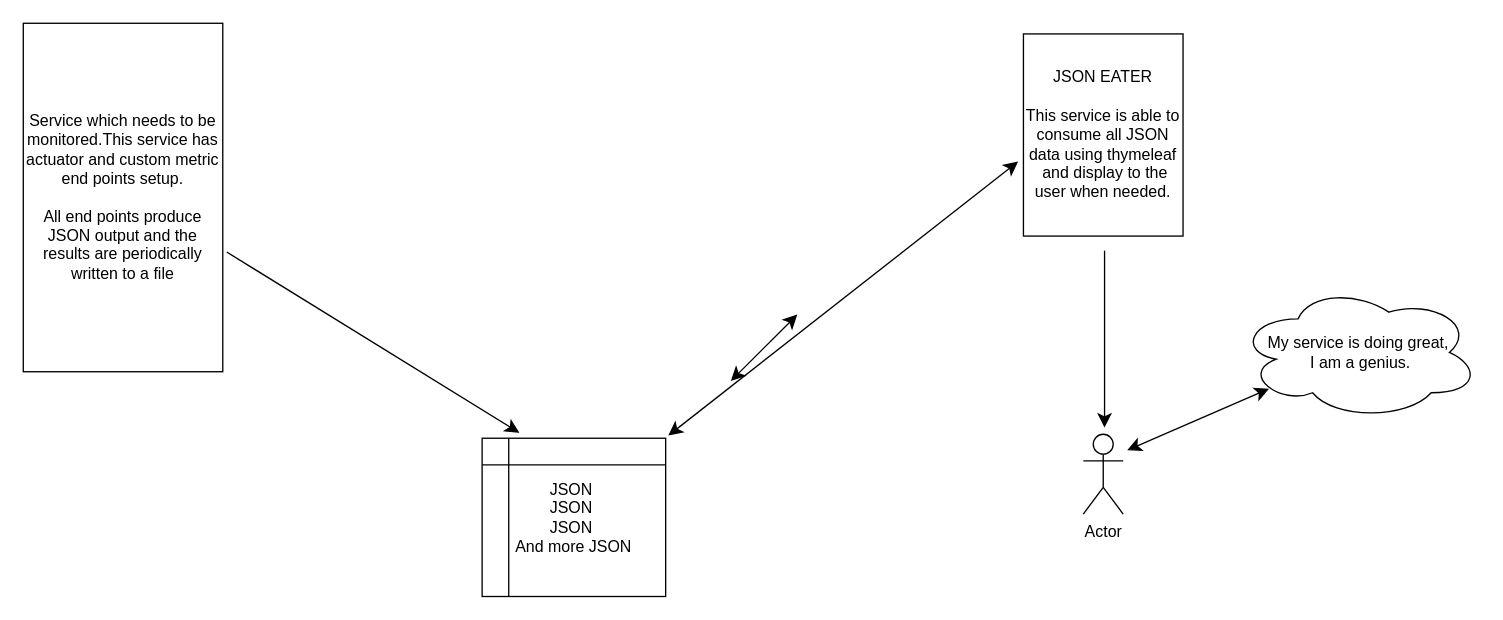
Above: JSON Eater.drawio in anshuldevmehta/RandomDiagrams (draw.io), before the change. Source tidied: cells renumbered, new cells numbered last; positions are measured from the earlier drawing's top-left corner, leaving out a move shared by most shapes. Both pictures are drawn from the tidied source at 133%, with x=0, y=0 at pixel (23, 23).
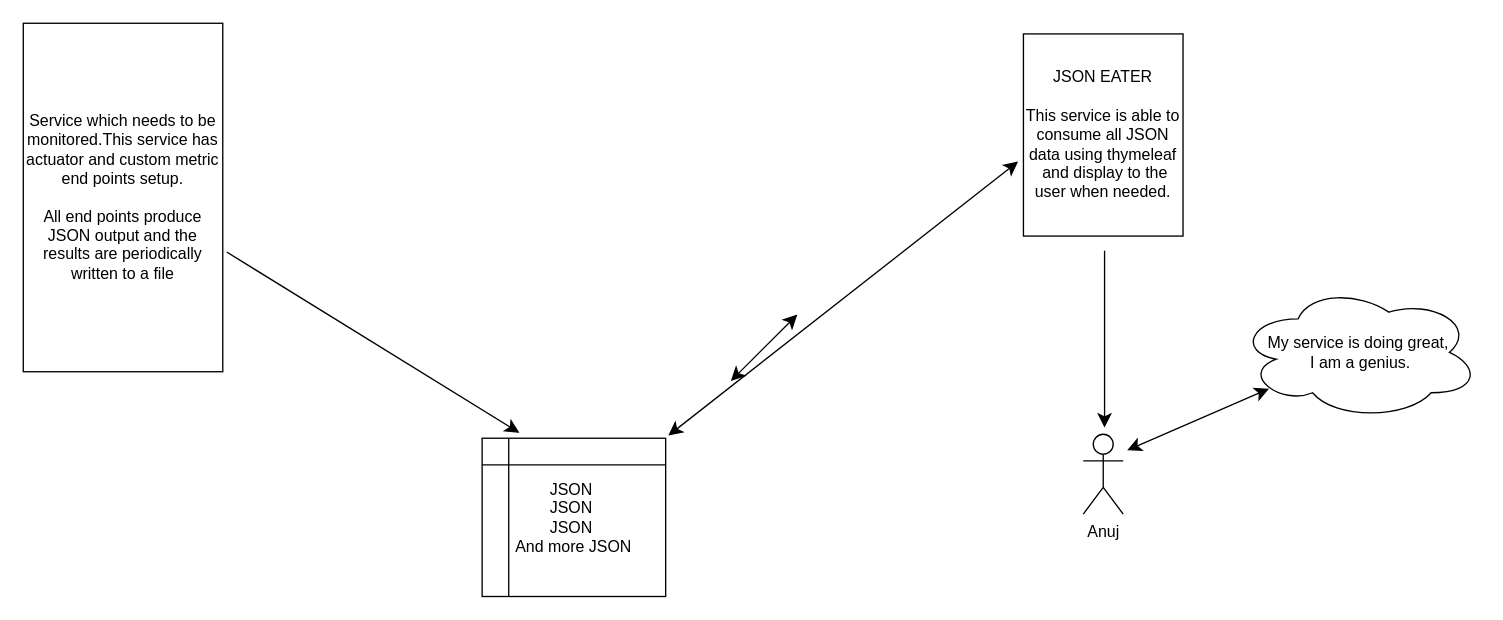
Above is the later version.

The edit, as a diff of the source:
```diff
@@
 <mxGraphModel>
   <root>
     <mxCell id="0" />
     <mxCell id="1" parent="0" />
     <mxCell id="2" value="&lt;div&gt;Service which needs to be monitored.This service has actuator and custom metric end points setup.&lt;/div&gt;&lt;div&gt;&lt;br&gt;&lt;/div&gt;&lt;div&gt;All end points produce JSON output and the results are periodically written to a file&lt;br&gt;&lt;/div&gt;" style="rounded=0;whiteSpace=wrap;html=1;" parent="1" vertex="1">
       <mxGeometry width="150" height="262" as="geometry" />
     </mxCell>
     <mxCell id="3" value="&lt;div&gt;JSON&amp;nbsp;&lt;/div&gt;&lt;div&gt;JSON&amp;nbsp;&lt;/div&gt;&lt;div&gt;JSON&amp;nbsp;&lt;/div&gt;&lt;div&gt;And more JSON&lt;/div&gt;" style="shape=internalStorage;whiteSpace=wrap;html=1;backgroundOutline=1;" parent="1" vertex="1">
       <mxGeometry x="345" y="312" width="138" height="119" as="geometry" />
     </mxCell>
     <mxCell id="4" style="endArrow=classic;html=1;rounded=0;fontSize=12;startSize=8;endSize=8;curved=1;entryX=0.203;entryY=-0.034;entryDx=0;entryDy=0;entryPerimeter=0;" parent="1" edge="1" target="3">
       <mxGeometry relative="1" as="geometry">
         <mxPoint x="153" y="172" as="sourcePoint" />
       </mxGeometry>
     </mxCell>
     <mxCell id="5" value="&lt;div&gt;JSON EATER&lt;/div&gt;&lt;div&gt;&lt;br&gt;&lt;/div&gt;&lt;div&gt;This service is able to consume all JSON data using thymeleaf&lt;br&gt;&lt;/div&gt;&amp;nbsp;and display to the user when needed." style="rounded=0;whiteSpace=wrap;html=1;" parent="1" vertex="1">
       <mxGeometry x="752" y="8" width="120" height="152" as="geometry" />
     </mxCell>
     <mxCell id="6" style="endArrow=classic;startArrow=classic;html=1;rounded=0;fontSize=12;startSize=8;endSize=8;curved=1;" parent="1" edge="1">
       <mxGeometry relative="1" as="geometry">
         <mxPoint x="485" y="310" as="sourcePoint" />
         <mxPoint x="748" y="104" as="targetPoint" />
       </mxGeometry>
     </mxCell>
-    <mxCell id="7" value="Actor" style="shape=umlActor;verticalLabelPosition=bottom;verticalAlign=top;html=1;" parent="1" vertex="1">
+    <mxCell id="7" value="Anuj" style="shape=umlActor;verticalLabelPosition=bottom;verticalAlign=top;html=1;" parent="1" vertex="1">
       <mxGeometry x="797" y="309" width="30" height="60" as="geometry" />
     </mxCell>
     <mxCell id="8" style="endArrow=classic;startArrow=classic;html=1;rounded=0;fontSize=12;startSize=8;endSize=8;curved=1;" parent="1" edge="1">
       <mxGeometry relative="1" as="geometry">
         <mxPoint x="532" y="269" as="sourcePoint" />
         <mxPoint x="582" y="219" as="targetPoint" />
       </mxGeometry>
     </mxCell>
     <mxCell id="9" style="endArrow=classic;html=1;rounded=0;fontSize=12;startSize=8;endSize=8;curved=1;" parent="1" edge="1">
       <mxGeometry relative="1" as="geometry">
         <mxPoint x="813" y="171" as="sourcePoint" />
         <mxPoint x="813" y="304" as="targetPoint" />
       </mxGeometry>
     </mxCell>
     <mxCell id="10" value="&lt;div&gt;My service is doing great,&lt;/div&gt;&lt;div&gt;&amp;nbsp;I am a genius.&lt;/div&gt;" style="ellipse;shape=cloud;whiteSpace=wrap;html=1;" parent="1" vertex="1">
       <mxGeometry x="913" y="197" width="182" height="101" as="geometry" />
     </mxCell>
     <mxCell id="11" style="endArrow=classic;startArrow=classic;html=1;rounded=0;fontSize=12;startSize=8;endSize=8;curved=1;entryX=0.13;entryY=0.77;entryDx=0;entryDy=0;entryPerimeter=0;" parent="1" edge="1" target="10">
       <mxGeometry relative="1" as="geometry">
         <mxPoint x="830" y="321" as="sourcePoint" />
       </mxGeometry>
     </mxCell>
   </root>
 </mxGraphModel>
```
